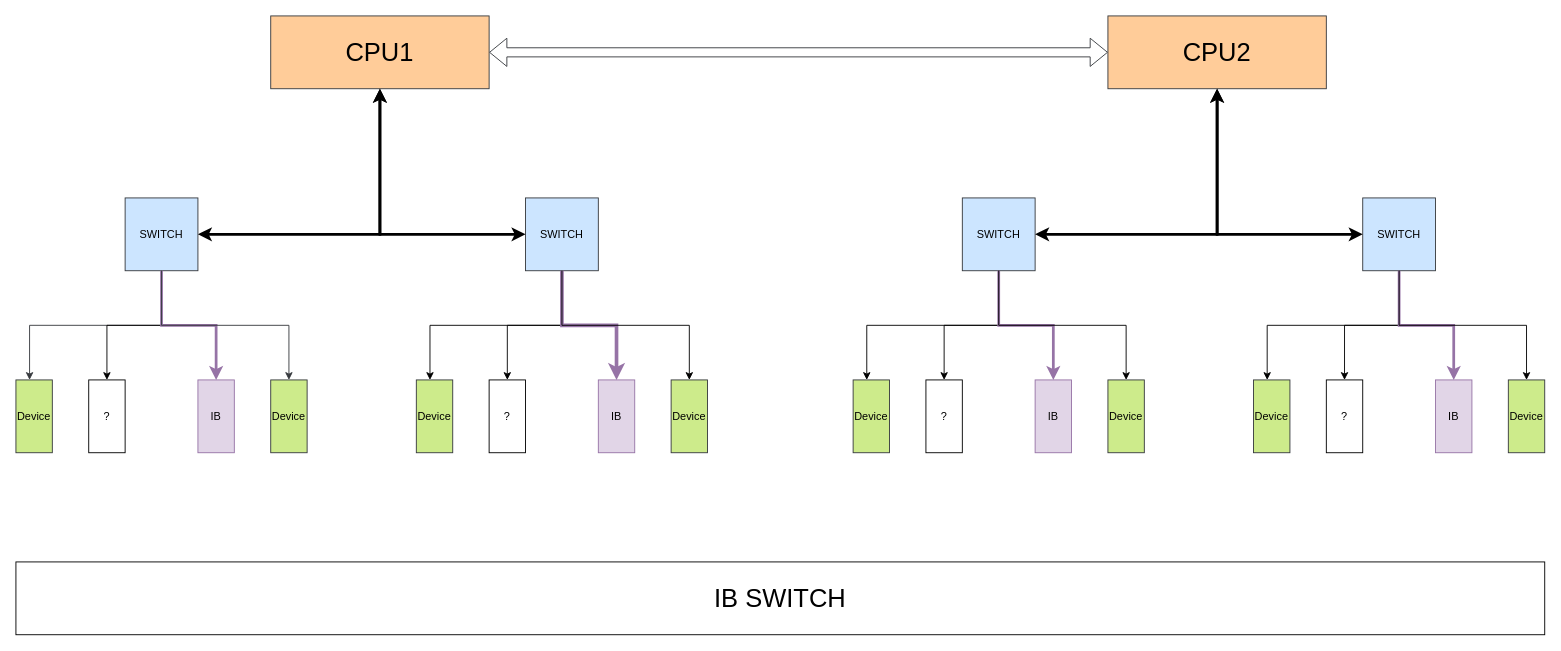
Earlier version of the draw.io diagram OAM_net_ARC.drawio (BEYHHH/SBLP). Source tidied: cells renumbered, new cells numbered last; positions are measured from the earlier drawing's top-left corner, leaving out a move shared by most shapes. Both pictures are drawn from the tidied source at 91%, with x=0, y=0 at pixel (15, 15).
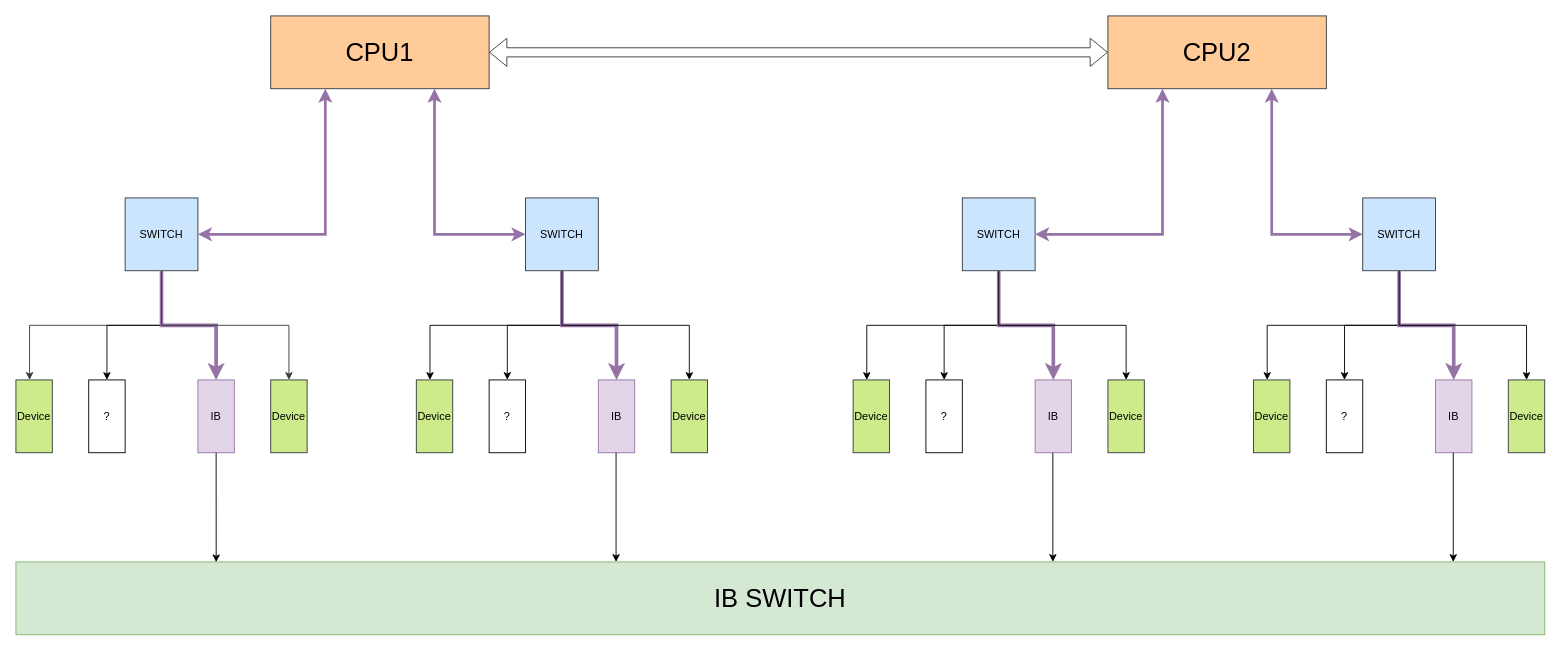
After the change.

The change refers to these unchanged cells:
```xml
<mxCell id="2" value="&lt;font style=&quot;font-size: 28px;&quot;&gt;CPU1&lt;/font&gt;" style="rounded=0;whiteSpace=wrap;html=1;fillColor=#ffcc99;strokeColor=#36393d;" parent="1" vertex="1">
  <mxGeometry x="280" width="240" height="80" as="geometry" />
</mxCell>
<mxCell id="5" value="SWITCH" style="rounded=0;whiteSpace=wrap;html=1;fillColor=#cce5ff;strokeColor=#36393d;" parent="1" vertex="1">
  <mxGeometry x="120" y="200" width="80" height="80" as="geometry" />
</mxCell>
<mxCell id="9" value="IB" style="rounded=0;whiteSpace=wrap;html=1;fillColor=#e1d5e7;strokeColor=#9673a6;" parent="1" vertex="1">
  <mxGeometry x="200" y="400" width="40" height="80" as="geometry" />
</mxCell>
<mxCell id="14" value="SWITCH" style="rounded=0;whiteSpace=wrap;html=1;fillColor=#cce5ff;strokeColor=#36393d;" parent="1" vertex="1">
  <mxGeometry x="560" y="200" width="80" height="80" as="geometry" />
</mxCell>
<mxCell id="23" value="&lt;font style=&quot;font-size: 28px;&quot;&gt;CPU2&lt;/font&gt;" style="rounded=0;whiteSpace=wrap;html=1;fillColor=#ffcc99;strokeColor=#36393d;" parent="1" vertex="1">
  <mxGeometry x="1200" width="240" height="80" as="geometry" />
</mxCell>
<mxCell id="26" value="SWITCH" style="rounded=0;whiteSpace=wrap;html=1;fillColor=#cce5ff;strokeColor=#36393d;" parent="1" vertex="1">
  <mxGeometry x="1040" y="200" width="80" height="80" as="geometry" />
</mxCell>
<mxCell id="30" value="IB" style="rounded=0;whiteSpace=wrap;html=1;fillColor=#e1d5e7;strokeColor=#9673a6;" parent="1" vertex="1">
  <mxGeometry x="1120" y="400" width="40" height="80" as="geometry" />
</mxCell>
<mxCell id="35" value="SWITCH" style="rounded=0;whiteSpace=wrap;html=1;fillColor=#cce5ff;strokeColor=#36393d;" parent="1" vertex="1">
  <mxGeometry x="1480" y="200" width="80" height="80" as="geometry" />
</mxCell>
<mxCell id="39" value="IB" style="rounded=0;whiteSpace=wrap;html=1;fillColor=#e1d5e7;strokeColor=#9673a6;" parent="1" vertex="1">
  <mxGeometry x="1560" y="400" width="40" height="80" as="geometry" />
</mxCell>
```

The edit, as a diff of the source:
```diff
@@
-    <mxCell id="8" style="edgeStyle=orthogonalEdgeStyle;rounded=0;jettySize=auto;html=1;entryX=0.5;entryY=0;entryDx=0;entryDy=0;fillColor=#e1d5e7;strokeColor=#9673a6;strokeWidth=3;" parent="1" edge="1" source="5" target="9">
+    <mxCell id="8" style="edgeStyle=orthogonalEdgeStyle;rounded=0;jettySize=auto;html=1;entryX=0.5;entryY=0;entryDx=0;entryDy=0;fillColor=#e1d5e7;strokeColor=#9673a6;strokeWidth=4;" parent="1" edge="1" source="5" target="9">
       <mxGeometry relative="1" as="geometry">
         <Array as="points">
           <mxPoint x="160" y="340" />
           <mxPoint x="220" y="340" />
         </Array>
       </mxGeometry>
     </mxCell>
@@
-    <mxCell id="21" style="endArrow=classic;startArrow=classic;html=1;rounded=0;entryX=0.5;entryY=1;entryDx=0;entryDy=0;exitX=0;exitY=0.5;exitDx=0;exitDy=0;strokeWidth=3;" parent="1" edge="1" source="14" target="2">
+    <mxCell id="21" style="endArrow=classic;startArrow=classic;html=1;rounded=0;entryX=0.75;entryY=1;entryDx=0;entryDy=0;exitX=0;exitY=0.5;exitDx=0;exitDy=0;strokeWidth=3;fillColor=#e1d5e7;strokeColor=#9673a6;" parent="1" edge="1" source="14" target="2">
       <mxGeometry relative="1" as="geometry">
         <Array as="points">
-          <mxPoint x="400" y="240" />
+          <mxPoint x="460" y="240" />
         </Array>
       </mxGeometry>
     </mxCell>
-    <mxCell id="22" style="endArrow=classic;startArrow=classic;html=1;rounded=0;entryX=0.5;entryY=1;entryDx=0;entryDy=0;strokeWidth=3;" parent="1" edge="1" source="5" target="2">
+    <mxCell id="22" style="endArrow=classic;startArrow=classic;html=1;rounded=0;entryX=0.25;entryY=1;entryDx=0;entryDy=0;strokeWidth=3;fillColor=#e1d5e7;strokeColor=#9673a6;" parent="1" edge="1" source="5" target="2">
       <mxGeometry relative="1" as="geometry">
         <Array as="points">
-          <mxPoint x="400" y="240" />
+          <mxPoint x="340" y="240" />
         </Array>
       </mxGeometry>
     </mxCell>
@@
-    <mxCell id="29" style="edgeStyle=orthogonalEdgeStyle;rounded=0;jettySize=auto;html=1;entryX=0.5;entryY=0;entryDx=0;entryDy=0;fillColor=#e1d5e7;strokeColor=#9673a6;strokeWidth=3;" parent="1" edge="1" source="26" target="30">
+    <mxCell id="29" style="edgeStyle=orthogonalEdgeStyle;rounded=0;jettySize=auto;html=1;entryX=0.5;entryY=0;entryDx=0;entryDy=0;fillColor=#e1d5e7;strokeColor=#9673a6;strokeWidth=4;" parent="1" edge="1" source="26" target="30">
       <mxGeometry relative="1" as="geometry">
         <Array as="points">
           <mxPoint x="1080" y="340" />
           <mxPoint x="1140" y="340" />
         </Array>
       </mxGeometry>
     </mxCell>
@@
-    <mxCell id="38" style="edgeStyle=orthogonalEdgeStyle;rounded=0;jettySize=auto;html=1;entryX=0.5;entryY=0;entryDx=0;entryDy=0;fillColor=#e1d5e7;strokeColor=#9673a6;strokeWidth=3;" parent="1" edge="1" source="35" target="39">
+    <mxCell id="38" style="edgeStyle=orthogonalEdgeStyle;rounded=0;jettySize=auto;html=1;entryX=0.5;entryY=0;entryDx=0;entryDy=0;fillColor=#e1d5e7;strokeColor=#9673a6;strokeWidth=4;" parent="1" edge="1" source="35" target="39">
       <mxGeometry relative="1" as="geometry">
         <Array as="points">
           <mxPoint x="1520" y="340" />
           <mxPoint x="1580" y="340" />
         </Array>
       </mxGeometry>
     </mxCell>
@@
-    <mxCell id="42" style="endArrow=classic;startArrow=classic;html=1;rounded=0;entryX=0.5;entryY=1;entryDx=0;entryDy=0;exitX=0;exitY=0.5;exitDx=0;exitDy=0;strokeWidth=3;" parent="1" edge="1" source="35" target="23">
+    <mxCell id="42" style="endArrow=classic;startArrow=classic;html=1;rounded=0;entryX=0.75;entryY=1;entryDx=0;entryDy=0;exitX=0;exitY=0.5;exitDx=0;exitDy=0;strokeWidth=3;fillColor=#e1d5e7;strokeColor=#9673a6;" parent="1" edge="1" source="35" target="23">
       <mxGeometry relative="1" as="geometry">
         <Array as="points">
-          <mxPoint x="1320" y="240" />
+          <mxPoint x="1380" y="240" />
         </Array>
       </mxGeometry>
     </mxCell>
-    <mxCell id="43" style="endArrow=classic;startArrow=classic;html=1;rounded=0;entryX=0.5;entryY=1;entryDx=0;entryDy=0;strokeWidth=3;" parent="1" edge="1" source="26" target="23">
+    <mxCell id="43" style="endArrow=classic;startArrow=classic;html=1;rounded=0;entryX=0.25;entryY=1;entryDx=0;entryDy=0;strokeWidth=3;fillColor=#e1d5e7;strokeColor=#9673a6;" parent="1" edge="1" source="26" target="23">
       <mxGeometry relative="1" as="geometry">
         <Array as="points">
-          <mxPoint x="1320" y="240" />
+          <mxPoint x="1260" y="240" />
         </Array>
       </mxGeometry>
     </mxCell>
@@
-    <mxCell id="45" value="&lt;font style=&quot;font-size: 28px;&quot;&gt;IB SWITCH&lt;/font&gt;" style="rounded=0;whiteSpace=wrap;html=1;" parent="1" vertex="1">
+    <mxCell id="45" value="&lt;font style=&quot;font-size: 28px;&quot;&gt;IB SWITCH&lt;/font&gt;" style="rounded=0;whiteSpace=wrap;html=1;fillColor=#d5e8d4;strokeColor=#82b366;" parent="1" vertex="1">
       <mxGeometry y="600" width="1680" height="80" as="geometry" />
     </mxCell>
+    <mxCell id="46" style="endArrow=classic;html=1;rounded=0;exitX=0.5;exitY=1;exitDx=0;exitDy=0;entryX=0.131;entryY=0.004;entryDx=0;entryDy=0;entryPerimeter=0;" parent="1" edge="1" source="9" target="45">
+      <mxGeometry relative="1" as="geometry" />
+    </mxCell>
+    <mxCell id="47" style="endArrow=classic;html=1;rounded=0;exitX=0.5;exitY=1;exitDx=0;exitDy=0;entryX=0.131;entryY=0.004;entryDx=0;entryDy=0;entryPerimeter=0;" parent="1" edge="1">
+      <mxGeometry relative="1" as="geometry">
+        <mxPoint x="659.5" y="480" as="sourcePoint" />
+        <mxPoint x="659.5" y="600" as="targetPoint" />
+      </mxGeometry>
+    </mxCell>
+    <mxCell id="48" style="endArrow=classic;html=1;rounded=0;exitX=0.5;exitY=1;exitDx=0;exitDy=0;entryX=0.131;entryY=0.004;entryDx=0;entryDy=0;entryPerimeter=0;" parent="1" edge="1">
+      <mxGeometry relative="1" as="geometry">
+        <mxPoint x="1139.5" y="480" as="sourcePoint" />
+        <mxPoint x="1139.5" y="600" as="targetPoint" />
+      </mxGeometry>
+    </mxCell>
+    <mxCell id="49" style="endArrow=classic;html=1;rounded=0;exitX=0.5;exitY=1;exitDx=0;exitDy=0;entryX=0.131;entryY=0.004;entryDx=0;entryDy=0;entryPerimeter=0;" parent="1" edge="1">
+      <mxGeometry relative="1" as="geometry">
+        <mxPoint x="1579.5" y="480" as="sourcePoint" />
+        <mxPoint x="1579.5" y="600" as="targetPoint" />
+      </mxGeometry>
+    </mxCell>
```
